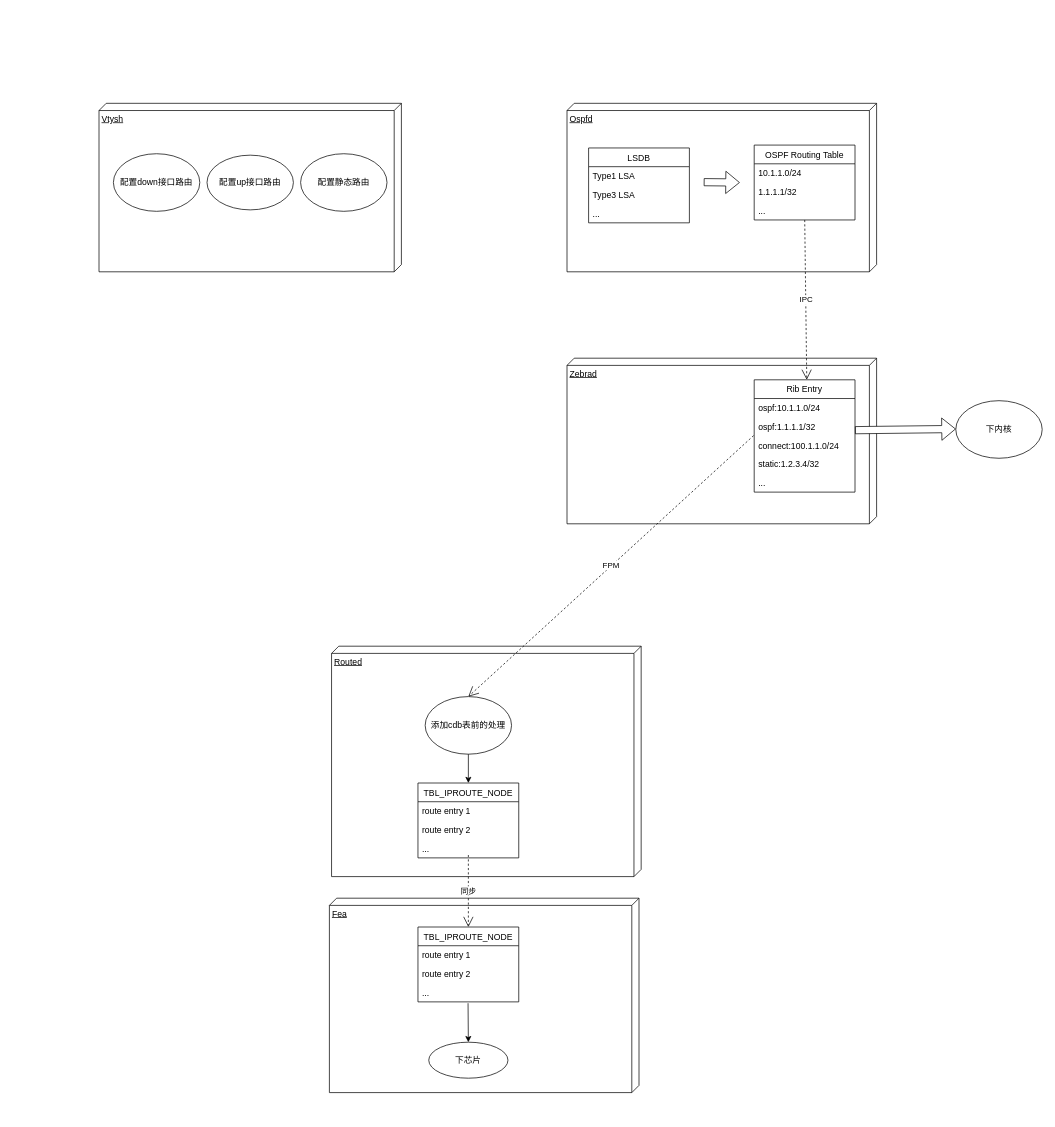
Before: page "route entry" (2 of 10) of base.drawio in adinxu/draw.io, a draw.io diagram. Source tidied: cells renumbered, new cells numbered last; positions are measured from the earlier drawing's top-left corner, leaving out a move shared by most shapes. Both pictures are drawn from the tidied source at 72%, with x=0, y=0 at pixel (99, 103).
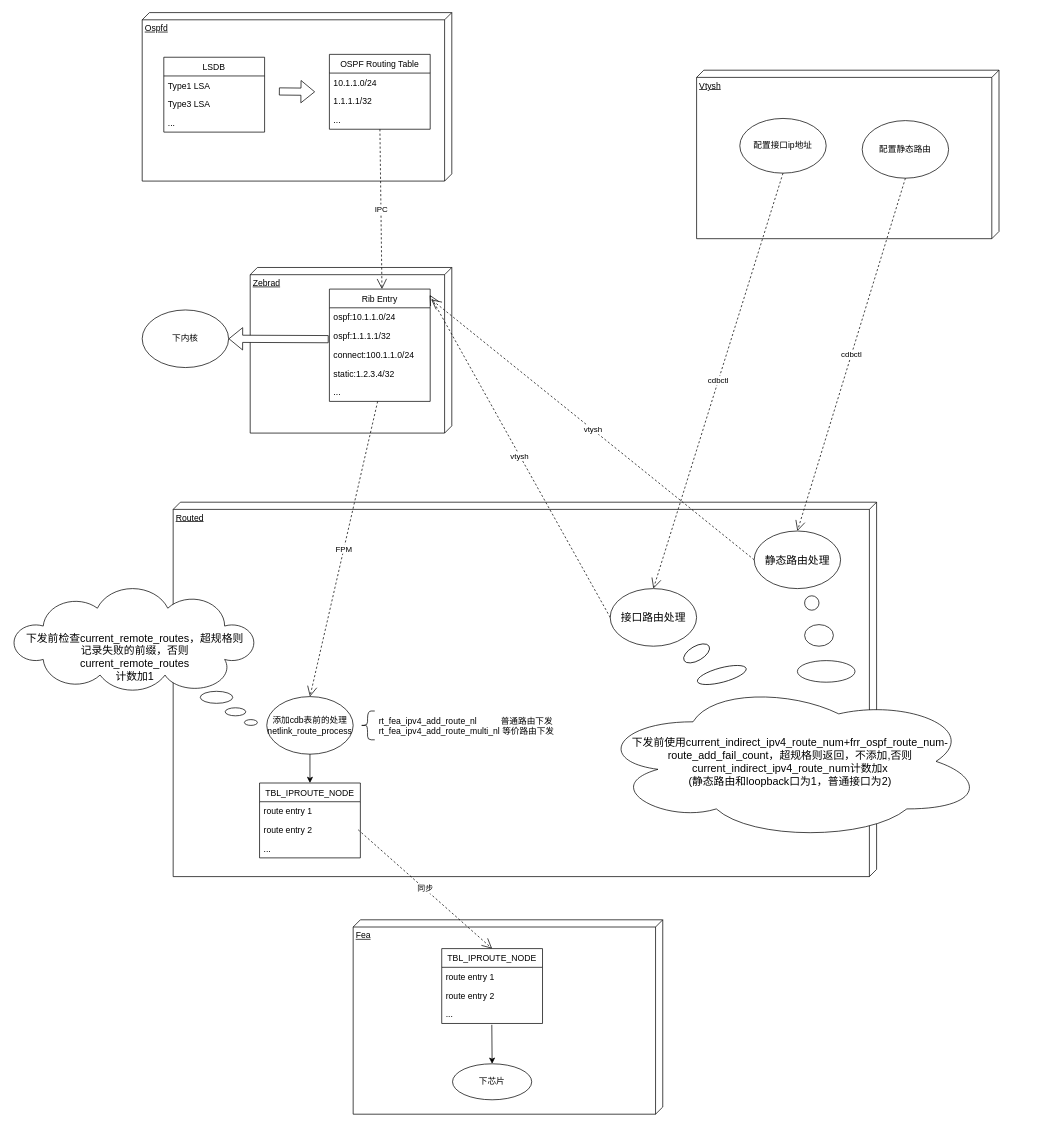
The same diagram, later.

Unchanged cells that the change refers to:
```xml
<mxCell id="30" value="ospf:1.1.1.1/32" style="text;strokeColor=none;fillColor=none;align=left;verticalAlign=top;spacingLeft=4;spacingRight=4;overflow=hidden;points=[[0,0.5],[1,0.5]];portConstraint=eastwest;" parent="27" vertex="1">
  <mxGeometry y="52" width="140" height="26" as="geometry" />
</mxCell>
<mxCell id="31" value="connect:100.1.1.0/24" style="text;strokeColor=none;fillColor=none;align=left;verticalAlign=top;spacingLeft=4;spacingRight=4;overflow=hidden;points=[[0,0.5],[1,0.5]];portConstraint=eastwest;" parent="27" vertex="1">
  <mxGeometry y="78" width="140" height="26" as="geometry" />
</mxCell>
<mxCell id="33" value="..." style="text;strokeColor=none;fillColor=none;align=left;verticalAlign=top;spacingLeft=4;spacingRight=4;overflow=hidden;points=[[0,0.5],[1,0.5]];portConstraint=eastwest;" parent="27" vertex="1">
  <mxGeometry y="130" width="140" height="26" as="geometry" />
</mxCell>
```

The edit, as a diff of the source:
```diff
@@
     <mxCell id="2" value="Fea" style="verticalAlign=top;align=left;spacingTop=8;spacingLeft=2;spacingRight=12;shape=cube;size=10;direction=south;fontStyle=4;html=1;fillColor=none;" parent="1" vertex="1">
-      <mxGeometry x="320" y="1104" width="430" height="270" as="geometry" />
+      <mxGeometry x="353" y="1134" width="430" height="270" as="geometry" />
     </mxCell>
     <mxCell id="3" value="TBL_IPROUTE_NODE" style="swimlane;fontStyle=0;horizontal=1;startSize=26;fillColor=none;" parent="1" vertex="1">
-      <mxGeometry x="443" y="1144" width="140" height="104" as="geometry" />
+      <mxGeometry x="476" y="1174" width="140" height="104" as="geometry" />
     </mxCell>
@@
     <mxCell id="7" value="Routed" style="verticalAlign=top;align=left;spacingTop=8;spacingLeft=2;spacingRight=12;shape=cube;size=10;direction=south;fontStyle=4;html=1;fillColor=none;" parent="1" vertex="1">
-      <mxGeometry x="323" y="754" width="430" height="320" as="geometry" />
+      <mxGeometry x="103" y="554" width="977" height="520" as="geometry" />
     </mxCell>
     <mxCell id="8" value="TBL_IPROUTE_NODE" style="swimlane;fontStyle=0;horizontal=1;startSize=26;fillColor=none;" parent="1" vertex="1">
-      <mxGeometry x="443" y="944" width="140" height="104" as="geometry" />
+      <mxGeometry x="223" y="944" width="140" height="104" as="geometry" />
     </mxCell>
@@
     <mxCell id="12" value="同步" style="endArrow=open;endSize=12;dashed=1;html=1;rounded=0;entryX=0.5;entryY=0;entryDx=0;entryDy=0;" parent="1" edge="1" target="3">
       <mxGeometry relative="1" as="geometry">
-        <mxPoint x="513" y="1044" as="sourcePoint" />
+        <mxPoint x="360" y="1009" as="sourcePoint" />
       </mxGeometry>
     </mxCell>
     <mxCell id="13" value="下芯片" style="ellipse;whiteSpace=wrap;html=1;fillColor=none;" parent="1" vertex="1">
-      <mxGeometry x="458" y="1304" width="110" height="50" as="geometry" />
+      <mxGeometry x="491" y="1334" width="110" height="50" as="geometry" />
     </mxCell>
     <mxCell id="14" value="Zebrad" style="verticalAlign=top;align=left;spacingTop=8;spacingLeft=2;spacingRight=12;shape=cube;size=10;direction=south;fontStyle=4;html=1;fillColor=none;" parent="1" vertex="1">
-      <mxGeometry x="650" y="354" width="430" height="230" as="geometry" />
+      <mxGeometry x="210" y="228" width="280" height="230" as="geometry" />
     </mxCell>
     <mxCell id="15" value="Ospfd" style="verticalAlign=top;align=left;spacingTop=8;spacingLeft=2;spacingRight=12;shape=cube;size=10;direction=south;fontStyle=4;html=1;fillColor=none;" parent="1" vertex="1">
-      <mxGeometry x="650" width="430" height="234" as="geometry" />
+      <mxGeometry x="60" y="-126" width="430" height="234" as="geometry" />
     </mxCell>
     <mxCell id="16" style="shape=flexArrow;endArrow=classic;html=1;rounded=0;" parent="1" edge="1">
       <mxGeometry relative="1" as="geometry">
-        <mxPoint x="840" y="109.5" as="sourcePoint" />
-        <mxPoint x="890" y="110" as="targetPoint" />
+        <mxPoint x="250" y="-16.5" as="sourcePoint" />
+        <mxPoint x="300" y="-16" as="targetPoint" />
       </mxGeometry>
     </mxCell>
-    <mxCell id="17" style="shape=flexArrow;endArrow=classic;html=1;rounded=0;fillColor=default;" parent="1" edge="1">
-      <mxGeometry relative="1" as="geometry">
-        <mxPoint x="1050" y="454" as="sourcePoint" />
-        <mxPoint x="1190" y="452.3" as="targetPoint" />
-      </mxGeometry>
+    <mxCell id="17" style="shape=flexArrow;endArrow=classic;html=1;rounded=0;fillColor=default;entryX=1;entryY=0.5;entryDx=0;entryDy=0;exitX=-0.008;exitY=0.675;exitDx=0;exitDy=0;exitPerimeter=0;" parent="1" edge="1" source="30" target="18">
+      <mxGeometry relative="1" as="geometry" />
     </mxCell>
     <mxCell id="18" value="下内核" style="ellipse;whiteSpace=wrap;html=1;fillColor=none;" parent="1" vertex="1">
-      <mxGeometry x="1190" y="413" width="120" height="80" as="geometry" />
+      <mxGeometry x="60" y="287" width="120" height="80" as="geometry" />
     </mxCell>
-    <mxCell id="19" value="FPM" style="endArrow=open;endSize=12;dashed=1;html=1;rounded=0;fillColor=default;exitX=-0.006;exitY=-0.02;exitDx=0;exitDy=0;exitPerimeter=0;entryX=0.5;entryY=0;entryDx=0;entryDy=0;" parent="1" edge="1" source="31" target="20">
+    <mxCell id="19" value="FPM" style="endArrow=open;endSize=12;dashed=1;html=1;rounded=0;fillColor=default;entryX=0.5;entryY=0;entryDx=0;entryDy=0;" parent="1" edge="1" source="33" target="20">
       <mxGeometry relative="1" as="geometry" />
     </mxCell>
-    <mxCell id="20" value="添加cdb表前的处理" style="ellipse;whiteSpace=wrap;html=1;fillColor=none;" parent="1" vertex="1">
-      <mxGeometry x="453" y="824" width="120" height="80" as="geometry" />
+    <mxCell id="20" value="添加cdb表前的处理&lt;br&gt;netlink_route_process" style="ellipse;whiteSpace=wrap;html=1;fillColor=none;" parent="1" vertex="1">
+      <mxGeometry x="233" y="824" width="120" height="80" as="geometry" />
     </mxCell>
@@
     <mxCell id="23" value="Vtysh" style="verticalAlign=top;align=left;spacingTop=8;spacingLeft=2;spacingRight=12;shape=cube;size=10;direction=south;fontStyle=4;html=1;fillColor=none;" parent="1" vertex="1">
-      <mxGeometry width="420" height="234" as="geometry" />
+      <mxGeometry x="830" y="-46" width="420" height="234" as="geometry" />
     </mxCell>
-    <mxCell id="24" value="配置down接口路由" style="ellipse;whiteSpace=wrap;html=1;fillColor=none;" parent="1" vertex="1">
-      <mxGeometry x="20" y="70" width="120" height="80" as="geometry" />
-    </mxCell>
-    <mxCell id="25" value="配置up接口路由" style="ellipse;whiteSpace=wrap;html=1;fillColor=none;" parent="1" vertex="1">
-      <mxGeometry x="150" y="72" width="120" height="76" as="geometry" />
+    <mxCell id="25" value="配置接口ip地址" style="ellipse;whiteSpace=wrap;html=1;fillColor=none;" parent="1" vertex="1">
+      <mxGeometry x="890" y="21" width="120" height="76" as="geometry" />
     </mxCell>
     <mxCell id="26" value="配置静态路由" style="ellipse;whiteSpace=wrap;html=1;fillColor=none;" parent="1" vertex="1">
-      <mxGeometry x="280" y="70" width="120" height="80" as="geometry" />
+      <mxGeometry x="1060" y="24" width="120" height="80" as="geometry" />
     </mxCell>
     <mxCell id="27" value="Rib Entry" style="swimlane;fontStyle=0;horizontal=1;startSize=26;fillColor=none;strokeColor=default;" parent="1" vertex="1">
-      <mxGeometry x="910" y="384" width="140" height="156" as="geometry" />
+      <mxGeometry x="320" y="258" width="140" height="156" as="geometry" />
     </mxCell>
@@
     <mxCell id="34" value="LSDB" style="swimlane;fontStyle=0;horizontal=1;startSize=26;fillColor=none;strokeColor=default;" parent="1" vertex="1">
-      <mxGeometry x="680" y="62" width="140" height="104" as="geometry" />
+      <mxGeometry x="90" y="-64" width="140" height="104" as="geometry" />
     </mxCell>
@@
     <mxCell id="38" value="OSPF Routing Table" style="swimlane;fontStyle=0;horizontal=1;startSize=26;fillColor=none;strokeColor=default;" parent="1" vertex="1">
-      <mxGeometry x="910" y="58" width="140" height="104" as="geometry" />
+      <mxGeometry x="320" y="-68" width="140" height="104" as="geometry" />
     </mxCell>
@@
+    <mxCell id="42" value="rt_fea_ipv4_add_route_nl          普通路由下发&#10;rt_fea_ipv4_add_route_multi_nl 等价路由下发&#10;" style="text;strokeColor=none;fillColor=default;align=left;verticalAlign=top;spacingLeft=4;spacingRight=4;overflow=hidden;" parent="1" vertex="1">
+      <mxGeometry x="383" y="844" width="297" height="50" as="geometry" />
+    </mxCell>
+    <mxCell id="43" style="shape=curlyBracket;whiteSpace=wrap;html=1;rounded=1;strokeColor=default;fillColor=default;" parent="1" vertex="1">
+      <mxGeometry x="363" y="844" width="20" height="40" as="geometry" />
+    </mxCell>
+    <mxCell id="44" value="&lt;font style=&quot;font-size: 15px;&quot;&gt;静态路由处理&lt;/font&gt;" style="ellipse;whiteSpace=wrap;html=1;fillStyle=auto;strokeColor=#000000;fillColor=default;" parent="1" vertex="1">
+      <mxGeometry x="910" y="594" width="120" height="80" as="geometry" />
+    </mxCell>
+    <mxCell id="45" value="cdbctl" style="endArrow=open;endSize=12;dashed=1;html=1;rounded=0;fillColor=default;exitX=0.5;exitY=1;exitDx=0;exitDy=0;entryX=0.5;entryY=0;entryDx=0;entryDy=0;" parent="1" edge="1" source="26" target="44">
+      <mxGeometry relative="1" as="geometry" />
+    </mxCell>
+    <mxCell id="46" value="vtysh" style="endArrow=open;endSize=12;dashed=1;html=1;rounded=0;fillColor=default;exitX=0;exitY=0.5;exitDx=0;exitDy=0;entryX=1.01;entryY=0.092;entryDx=0;entryDy=0;entryPerimeter=0;" parent="1" edge="1" source="44" target="27">
+      <mxGeometry relative="1" as="geometry" />
+    </mxCell>
+    <mxCell id="47" value="&lt;font style=&quot;font-size: 15px;&quot;&gt;下发前检查current_remote_routes，超规格则&lt;br&gt;记录失败的前缀，否则&lt;br&gt;current_remote_routes&lt;br&gt;计数加1&lt;/font&gt;" style="whiteSpace=wrap;html=1;shape=mxgraph.basic.cloud_callout;fillStyle=auto;strokeColor=#000000;fillColor=default;flipH=1;" parent="1" vertex="1">
+      <mxGeometry x="-120" y="674" width="340" height="190" as="geometry" />
+    </mxCell>
+    <mxCell id="48" value="下发前使用current_indirect_ipv4_route_num+frr_ospf_route_num-route_add_fail_count，超规格则返回，不添加,否则current_indirect_ipv4_route_num计数加x&lt;br&gt;(静态路由和loopback口为1，普通接口为2)" style="ellipse;shape=cloud;whiteSpace=wrap;html=1;fillStyle=auto;fontSize=15;strokeColor=#000000;fillColor=default;" parent="1" vertex="1">
+      <mxGeometry x="690" y="804" width="540" height="220" as="geometry" />
+    </mxCell>
+    <mxCell id="49" value="接口路由处理" style="ellipse;whiteSpace=wrap;html=1;fillStyle=auto;fontSize=15;strokeColor=#000000;fillColor=default;" parent="1" vertex="1">
+      <mxGeometry x="710" y="674" width="120" height="80" as="geometry" />
+    </mxCell>
+    <mxCell id="50" value="cdbctl" style="endArrow=open;endSize=12;dashed=1;html=1;rounded=0;fillColor=default;exitX=0.5;exitY=1;exitDx=0;exitDy=0;entryX=0.5;entryY=0;entryDx=0;entryDy=0;" parent="1" edge="1" source="25" target="49">
+      <mxGeometry relative="1" as="geometry" />
+    </mxCell>
+    <mxCell id="51" value="vtysh" style="endArrow=open;endSize=12;dashed=1;html=1;rounded=0;fillColor=default;exitX=0;exitY=0.5;exitDx=0;exitDy=0;entryX=0.995;entryY=0.052;entryDx=0;entryDy=0;entryPerimeter=0;" parent="1" edge="1" source="49" target="27">
+      <mxGeometry relative="1" as="geometry" />
+    </mxCell>
+    <mxCell id="52" style="ellipse;whiteSpace=wrap;html=1;fillStyle=auto;fontSize=15;strokeColor=#000000;fillColor=default;rotation=-30;" parent="1" vertex="1">
+      <mxGeometry x="810" y="754" width="40" height="20" as="geometry" />
+    </mxCell>
+    <mxCell id="53" style="ellipse;whiteSpace=wrap;html=1;fillStyle=auto;fontSize=15;strokeColor=#000000;fillColor=default;rotation=-15;" parent="1" vertex="1">
+      <mxGeometry x="830" y="784" width="70" height="20" as="geometry" />
+    </mxCell>
+    <mxCell id="54" style="ellipse;whiteSpace=wrap;html=1;fillStyle=auto;fontSize=15;strokeColor=#000000;fillColor=default;rotation=0;" parent="1" vertex="1">
+      <mxGeometry x="980" y="724" width="40" height="30" as="geometry" />
+    </mxCell>
+    <mxCell id="55" style="ellipse;whiteSpace=wrap;html=1;fillStyle=auto;fontSize=15;strokeColor=#000000;fillColor=default;rotation=0;" parent="1" vertex="1">
+      <mxGeometry x="970" y="774" width="80" height="30" as="geometry" />
+    </mxCell>
+    <mxCell id="56" style="ellipse;whiteSpace=wrap;html=1;fillStyle=auto;fontSize=15;strokeColor=#000000;fillColor=default;rotation=0;" parent="1" vertex="1">
+      <mxGeometry x="980" y="684" width="20" height="20" as="geometry" />
+    </mxCell>
```
